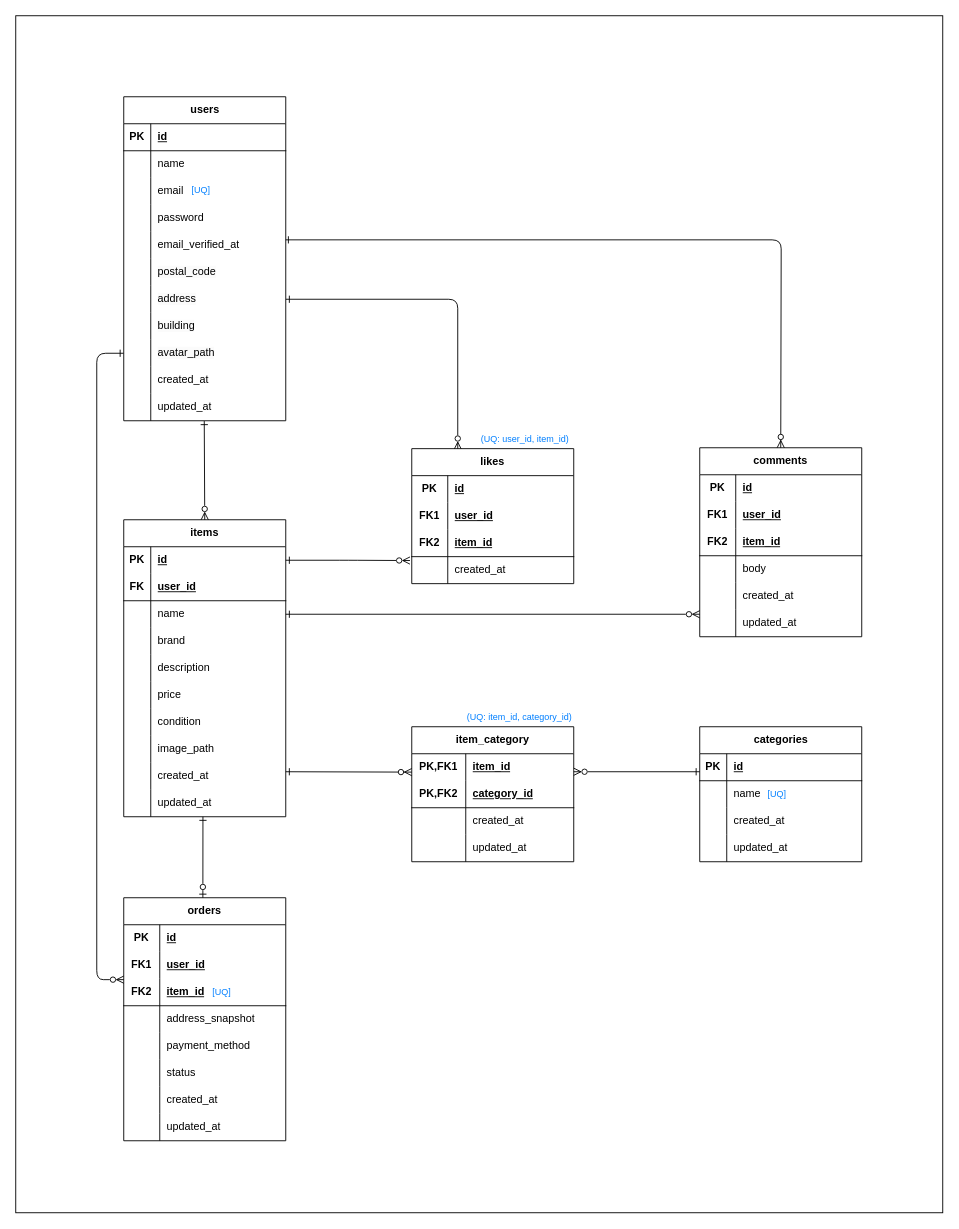
mao716/freemarket-app keeps this draw.io diagram as er_diagram.drawio. Above is the earlier version. Source tidied: cells renumbered, new cells numbered last; positions are measured from the earlier drawing's top-left corner, leaving out a move shared by most shapes. Both pictures are drawn from the tidied source at 90%, with x=0, y=0 at pixel (15, 15).
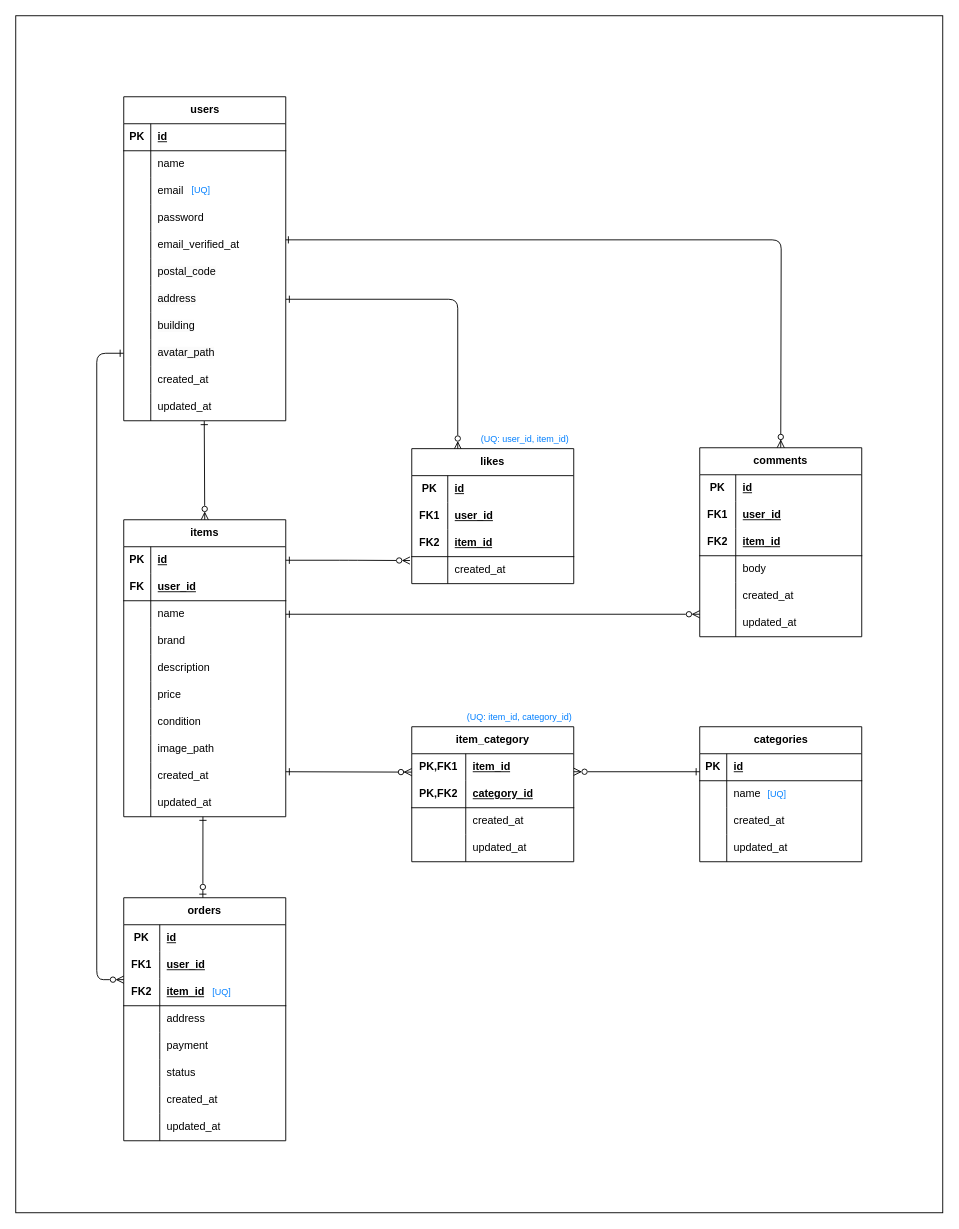
The same page after the edit.

Commit message (it also covers changes not shown here):
ER図を実装に合わせて修正（ordersテーブルの項目名を更新）

Unchanged cells that the change refers to:
```xml
<mxCell id="70" style="shape=tableRow;horizontal=0;startSize=0;swimlaneHead=0;swimlaneBody=0;fillColor=none;top=0;left=0;right=0;bottom=0;html=1;" parent="60" vertex="1">
  <mxGeometry y="120" width="180" height="30" as="geometry" />
</mxCell>
<mxCell id="73" style="shape=tableRow;horizontal=0;startSize=0;swimlaneHead=0;swimlaneBody=0;fillColor=none;top=0;left=0;right=0;bottom=0;html=1;" parent="60" vertex="1">
  <mxGeometry y="150" width="180" height="30" as="geometry" />
</mxCell>
```

Diff of the diagram source:
```diff
@@
-    <mxCell id="72" value="address_snapshot" style="shape=partialRectangle;fillColor=none;top=0;left=0;bottom=0;right=0;align=left;spacingLeft=6;overflow=hidden;html=1;whiteSpace=wrap;" parent="70" vertex="1">
+    <mxCell id="72" value="address" style="shape=partialRectangle;fillColor=none;top=0;left=0;bottom=0;right=0;align=left;spacingLeft=6;overflow=hidden;html=1;whiteSpace=wrap;" parent="70" vertex="1">
       <mxGeometry x="40" width="140" height="30" as="geometry" />
     </mxCell>
@@
-    <mxCell id="75" value="payment_method" style="shape=partialRectangle;fillColor=none;top=0;left=0;bottom=0;right=0;align=left;spacingLeft=6;overflow=hidden;html=1;whiteSpace=wrap;" parent="73" vertex="1">
+    <mxCell id="75" value="payment" style="shape=partialRectangle;fillColor=none;top=0;left=0;bottom=0;right=0;align=left;spacingLeft=6;overflow=hidden;html=1;whiteSpace=wrap;" parent="73" vertex="1">
       <mxGeometry x="40" width="140" height="30" as="geometry" />
     </mxCell>
```
